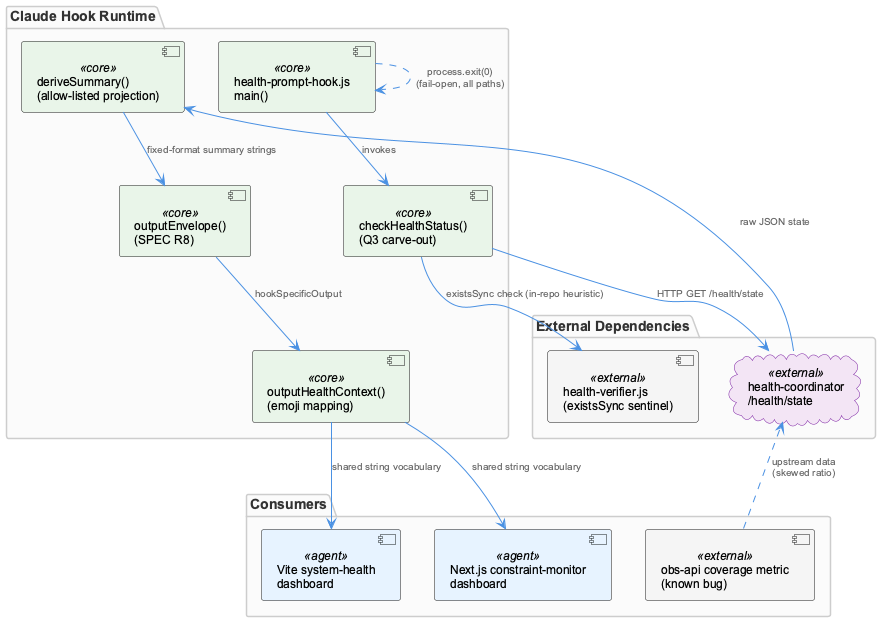
This is knowledge-management/insights/images/health-prompt-hook-architecture.png from fwornle/coding, a PlantUML export, as it was before one commit.
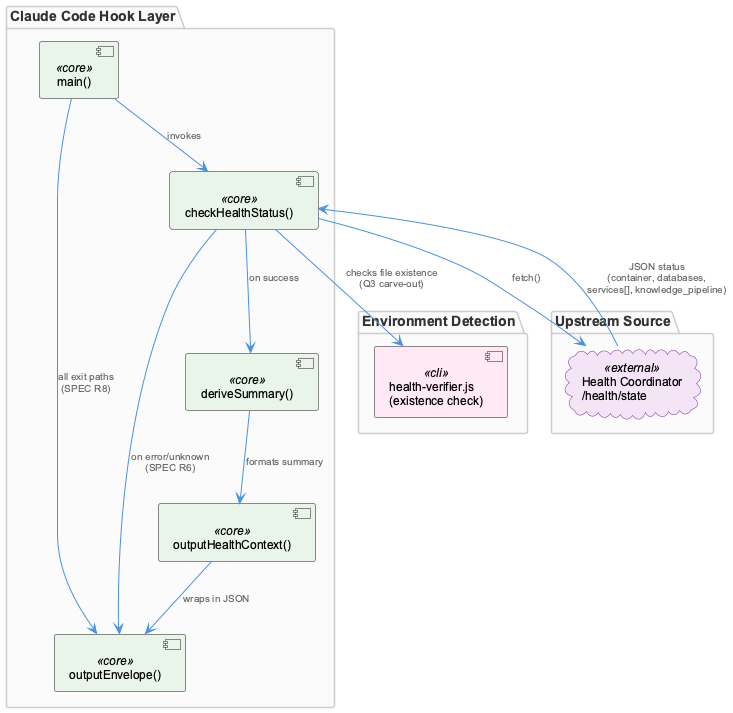
After the change.

What changed in the source:
```diff
@@ -1,36 +1,30 @@
 @startuml
-!include /Users/Q284340/Agentic/coding/docs/puml/_standard-style.puml
+!include _standard-style.puml
 
-package "Claude Hook Runtime" {
-  component "health-prompt-hook.js\nmain()" as main <<core>>
-  component "checkHealthStatus()\n(Q3 carve-out)" as check <<core>>
-  component "deriveSummary()\n(allow-listed projection)" as derive <<core>>
-  component "outputEnvelope()\n(SPEC R8)" as envelope <<core>>
-  component "outputHealthContext()\n(emoji mapping)" as context <<core>>
+package "Claude Code Hook Layer" {
+  component "main()" as main <<core>>
+  component "checkHealthStatus()" as check <<core>>
+  component "deriveSummary()" as derive <<core>>
+  component "outputEnvelope()" as envelope <<core>>
+  component "outputHealthContext()" as context <<core>>
 }
 
-package "External Dependencies" {
-  cloud "health-coordinator\n/health/state" as coordinator <<external>>
-  component "health-verifier.js\n(existsSync sentinel)" as verifier <<external>>
+package "Environment Detection" {
+  component "health-verifier.js\n(existence check)" as verifier <<cli>>
 }
 
-package "Consumers" {
-  component "Next.js constraint-monitor\ndashboard" as nextjs <<agent>>
-  component "Vite system-health\ndashboard" as vite <<agent>>
-  component "obs-api coverage metric\n(known bug)" as obsapi <<external>>
+package "Upstream Source" {
+  cloud "Health Coordinator\n/health/state" as coordinator <<external>>
 }
 
 main --> check : "invokes"
-check --> verifier : "existsSync check (in-repo heuristic)"
-check --> coordinator : "HTTP GET /health/state"
-coordinator --> derive : "raw JSON state"
-derive --> envelope : "fixed-format summary strings"
-envelope --> context : "hookSpecificOutput"
-context --> nextjs : "shared string vocabulary"
-context --> vite : "shared string vocabulary"
-
-obsapi ..> coordinator : "upstream data\n(skewed ratio)"
-
-main ..> main : "process.exit(0)\n(fail-open, all paths)"
+check --> verifier : "checks file existence\n(Q3 carve-out)"
+check --> coordinator : "fetch()"
+coordinator --> check : "JSON status\n(container, databases,\nservices[], knowledge_pipeline)"
+check --> derive : "on success"
+derive --> context : "formats summary"
+check --> envelope : "on error/unknown\n(SPEC R6)"
+context --> envelope : "wraps in JSON"
+main --> envelope : "all exit paths\n(SPEC R8)"
 
 @enduml
```
